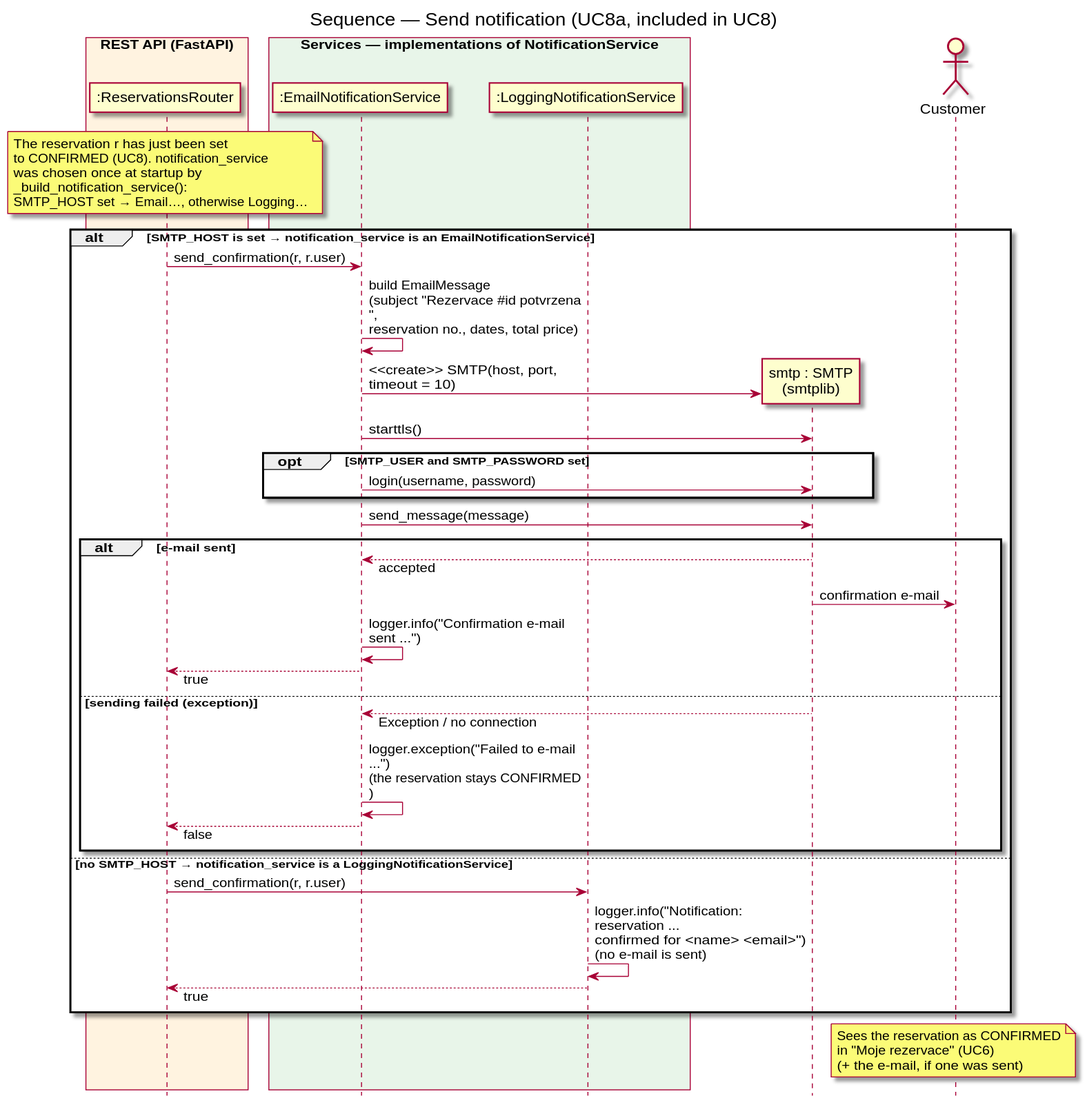
Above: docs/diagrams/sequence-send-notification.svg in DavidMagyarics/CarRentalVSB (PlantUML), before the change.
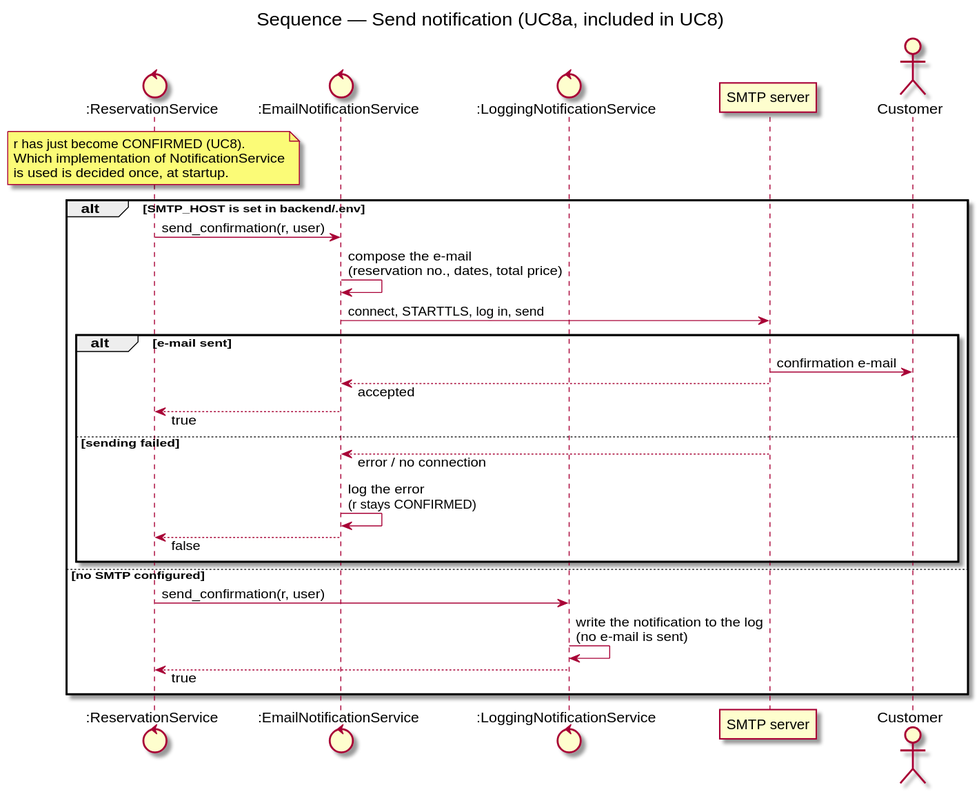
The same diagram one commit later.

What changed in the source:
```diff
@@ -1,57 +1,36 @@
 @startuml sequence-send-notification
 skinparam backgroundColor white
 skinparam responseMessageBelowArrow true
-skinparam maxMessageSize 220
-hide footbox
+skinparam maxMessageSize 260
 title Sequence — Send notification (UC8a, included in UC8)
-
-box "REST API (FastAPI)" #FFF3E0
-  participant ":ReservationsRouter" as ResRouter
-end box
-box "Services — implementations of NotificationService" #E8F5E9
-  participant ":EmailNotificationService" as Email
-  participant ":LoggingNotificationService" as Logging
-end box
-participant "smtp : SMTP\n(smtplib)" as SMTP
+control ":ReservationService" as Res
+control ":EmailNotificationService" as Email
+control ":LoggingNotificationService" as Log
+participant "SMTP server" as SMTP
 actor Customer
 
-note over ResRouter
-  The reservation r has just been set
-  to CONFIRMED (UC8). notification_service
-  was chosen once at startup by
-  _build_notification_service():
-  SMTP_HOST set → Email…, otherwise Logging…
+note over Res
+  r has just become CONFIRMED (UC8).
+  Which implementation of NotificationService
+  is used is decided once, at startup.
 end note
 
-alt SMTP_HOST is set → notification_service is an EmailNotificationService
-  ResRouter -> Email : send_confirmation(r, r.user)
-  Email -> Email : build EmailMessage\n(subject "Rezervace #id potvrzena",\nreservation no., dates, total price)
-  create SMTP
-  Email -> SMTP : <<create>> SMTP(host, port, timeout = 10)
-  Email -> SMTP : starttls()
-  opt SMTP_USER and SMTP_PASSWORD set
-    Email -> SMTP : login(username, password)
+alt SMTP_HOST is set in backend/.env
+  Res -> Email : send_confirmation(r, user)
+  Email -> Email : compose the e-mail\n(reservation no., dates, total price)
+  Email -> SMTP : connect, STARTTLS, log in, send
+  alt e-mail sent
+    SMTP -> Customer : confirmation e-mail
+    SMTP --> Email : accepted
+    Email --> Res : true
+  else sending failed
+    SMTP --> Email : error / no connection
+    Email -> Email : log the error\n(r stays CONFIRMED)
+    Email --> Res : false
   end
-  Email -> SMTP : send_message(message)
-  alt e-mail sent
-    SMTP --> Email : accepted
-    SMTP -> Customer : confirmation e-mail
-    Email -> Email : logger.info("Confirmation e-mail sent ...")
-    Email --> ResRouter : true
-  else sending failed (exception)
-    SMTP --> Email : Exception / no connection
-    Email -> Email : logger.exception("Failed to e-mail ...")\n(the reservation stays CONFIRMED)
-    Email --> ResRouter : false
-  end
-else no SMTP_HOST → notification_service is a LoggingNotificationService
-  ResRouter -> Logging : send_confirmation(r, r.user)
-  Logging -> Logging : logger.info("Notification: reservation ...\nconfirmed for <name> <email>")\n(no e-mail is sent)
-  Logging --> ResRouter : true
+else no SMTP configured
+  Res -> Log : send_confirmation(r, user)
+  Log -> Log : write the notification to the log\n(no e-mail is sent)
+  Log --> Res : true
 end
-
-note over Customer
-  Sees the reservation as CONFIRMED
-  in "Moje rezervace" (UC6)
-  (+ the e-mail, if one was sent)
-end note
 @enduml
```
